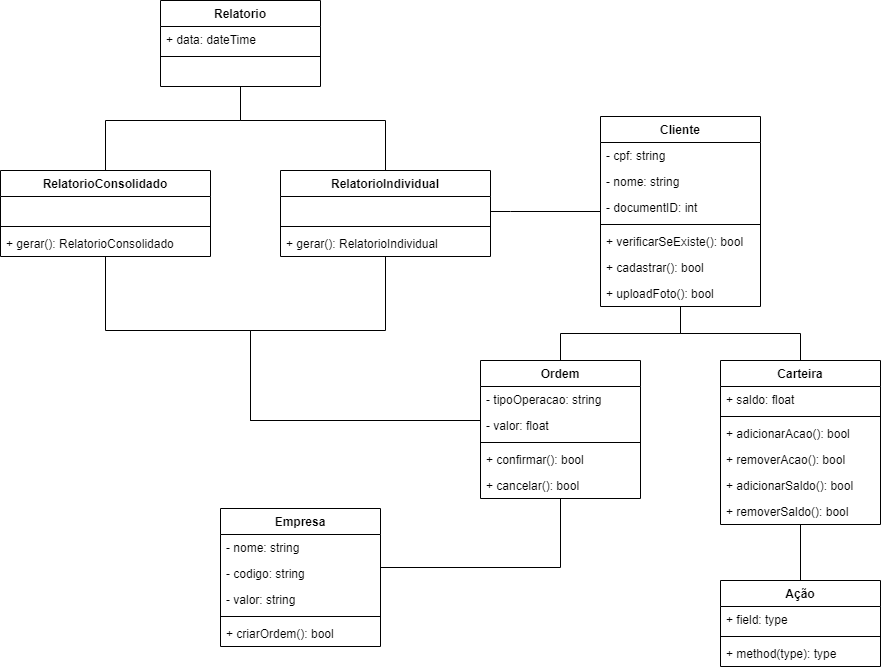
Before: MarketClasses.drawio.png, a diagram exported from draw.io (EijiDogen/FEI_MDSMarket). Source tidied: cells renumbered, new cells last; positions are measured from the earlier drawing's top-left corner, leaving out a move shared by most shapes.
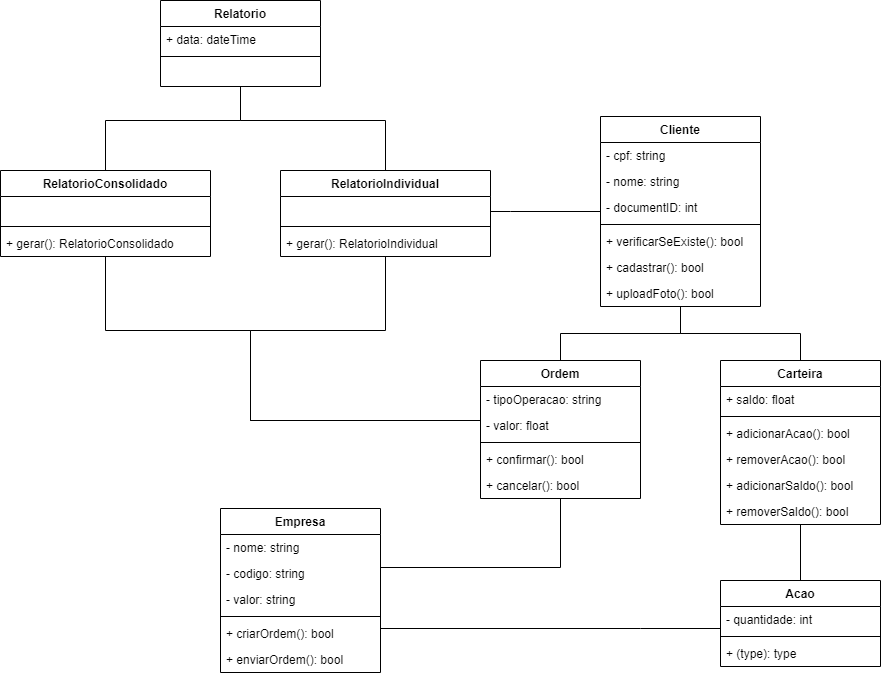
After the change.

The edit, as a diff of the source:
```diff
@@ -56,16 +56,24 @@
     <mxCell id="19" value="+ removerSaldo(): bool" style="text;strokeColor=none;fillColor=none;align=left;verticalAlign=top;spacingLeft=4;spacingRight=4;overflow=hidden;" parent="13" vertex="1">
       <mxGeometry y="138" width="160" height="26" as="geometry" />
     </mxCell>
+    <mxCell id="54" style="edgeStyle=orthogonalEdgeStyle;rounded=0;jettySize=auto;html=1;endArrow=none;endFill=0;" parent="1" edge="1" source="20" target="48">
+      <mxGeometry relative="1" as="geometry">
+        <Array as="points">
+          <mxPoint x="640" y="628" />
+          <mxPoint x="640" y="628" />
+        </Array>
+      </mxGeometry>
+    </mxCell>
-    <mxCell id="20" value="Ação" style="swimlane;fontStyle=1;align=center;verticalAlign=top;horizontal=1;startSize=26;" parent="1" vertex="1">
+    <mxCell id="20" value="Acao" style="swimlane;fontStyle=1;align=center;verticalAlign=top;horizontal=1;startSize=26;" parent="1" vertex="1">
       <mxGeometry x="720" y="580" width="160" height="86" as="geometry" />
     </mxCell>
-    <mxCell id="21" value="+ field: type" style="text;strokeColor=none;fillColor=none;align=left;verticalAlign=top;spacingLeft=4;spacingRight=4;overflow=hidden;" parent="20" vertex="1">
-      <mxGeometry y="26" width="160" height="26" as="geometry" />
-    </mxCell>
+    <mxCell id="55" value="- quantidade: int" style="text;strokeColor=none;fillColor=none;align=left;verticalAlign=top;spacingLeft=4;spacingRight=4;overflow=hidden;" parent="20" vertex="1">
+      <mxGeometry y="26" width="160" height="26" as="geometry" />
+    </mxCell>
     <mxCell id="22" style="line;strokeWidth=1;fillColor=none;align=left;verticalAlign=middle;spacingTop=-1;spacingLeft=3;spacingRight=3;labelPosition=right;" parent="20" vertex="1">
       <mxGeometry y="52" width="160" height="8" as="geometry" />
     </mxCell>
-    <mxCell id="23" value="+ method(type): type" style="text;strokeColor=none;fillColor=none;align=left;verticalAlign=top;spacingLeft=4;spacingRight=4;overflow=hidden;" parent="20" vertex="1">
+    <mxCell id="23" value="+ (type): type" style="text;strokeColor=none;fillColor=none;align=left;verticalAlign=top;spacingLeft=4;spacingRight=4;overflow=hidden;" parent="20" vertex="1">
       <mxGeometry y="60" width="160" height="26" as="geometry" />
     </mxCell>
     <mxCell id="24" value="Ordem" style="swimlane;fontStyle=1;align=center;verticalAlign=top;horizontal=1;startSize=26;" parent="1" vertex="1">
@@ -172,7 +180,7 @@
       </mxGeometry>
     </mxCell>
     <mxCell id="48" value="Empresa" style="swimlane;fontStyle=1;align=center;verticalAlign=top;horizontal=1;startSize=26;" parent="1" vertex="1">
-      <mxGeometry x="220" y="508" width="160" height="138" as="geometry" />
+      <mxGeometry x="220" y="508" width="160" height="164" as="geometry" />
     </mxCell>
     <mxCell id="49" value="- nome: string" style="text;strokeColor=none;fillColor=none;align=left;verticalAlign=top;spacingLeft=4;spacingRight=4;overflow=hidden;" parent="48" vertex="1">
       <mxGeometry y="26" width="160" height="26" as="geometry" />
@@ -189,5 +197,8 @@
     <mxCell id="53" value="+ criarOrdem(): bool" style="text;strokeColor=none;fillColor=none;align=left;verticalAlign=top;spacingLeft=4;spacingRight=4;overflow=hidden;" parent="48" vertex="1">
       <mxGeometry y="112" width="160" height="26" as="geometry" />
     </mxCell>
+    <mxCell id="56" value="+ enviarOrdem(): bool" style="text;strokeColor=none;fillColor=none;align=left;verticalAlign=top;spacingLeft=4;spacingRight=4;overflow=hidden;" parent="48" vertex="1">
+      <mxGeometry y="138" width="160" height="26" as="geometry" />
+    </mxCell>
   </root>
 </mxGraphModel>
```
